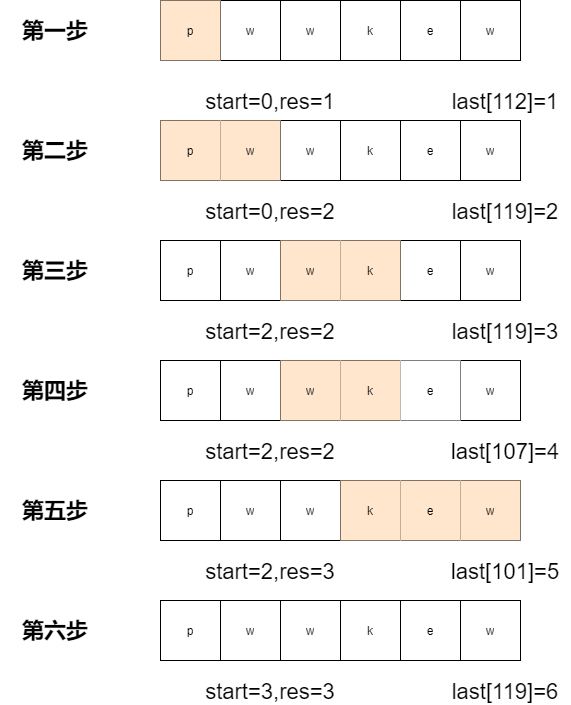
DaMingYue/Test keeps this draw.io diagram as Untitled Diagram.png. Above is the earlier version. Source tidied: cells renumbered, new cells last; positions are measured from the earlier drawing's top-left corner, leaving out a move shared by most shapes.
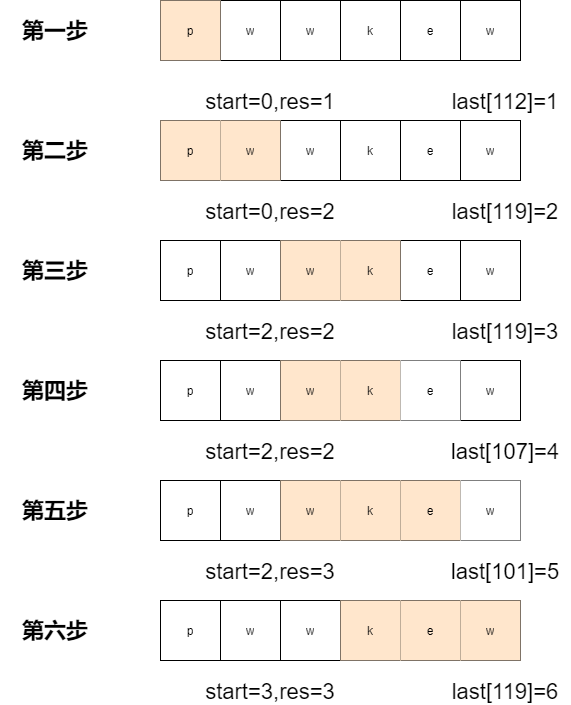
Later version of the same file.

Change to the diagram source:
```diff
@@ -110,7 +110,7 @@
     <mxCell id="37" value="w" style="shape=partialRectangle;html=1;whiteSpace=wrap;overflow=hidden;fillColor=none;top=0;left=0;bottom=0;right=0;" parent="35" vertex="1">
       <mxGeometry x="60" width="60" height="60" as="geometry" />
     </mxCell>
-    <mxCell id="38" value="w" style="shape=partialRectangle;html=1;whiteSpace=wrap;overflow=hidden;fillColor=none;top=0;left=0;bottom=0;right=0;" parent="35" vertex="1">
+    <mxCell id="38" value="w" style="shape=partialRectangle;html=1;whiteSpace=wrap;overflow=hidden;fillColor=#ffe6cc;top=0;left=0;bottom=0;right=0;strokeColor=#d79b00;" parent="35" vertex="1">
       <mxGeometry x="120" width="60" height="60" as="geometry" />
     </mxCell>
     <mxCell id="39" value="k" style="shape=partialRectangle;html=1;whiteSpace=wrap;overflow=hidden;fillColor=#ffe6cc;top=0;left=0;bottom=0;right=0;strokeColor=#d79b00;" parent="35" vertex="1">
@@ -119,7 +119,7 @@
     <mxCell id="40" value="e" style="shape=partialRectangle;html=1;whiteSpace=wrap;overflow=hidden;fillColor=#ffe6cc;top=0;left=0;bottom=0;right=0;strokeColor=#d79b00;" parent="35" vertex="1">
       <mxGeometry x="240" width="60" height="60" as="geometry" />
     </mxCell>
-    <mxCell id="41" value="w" style="shape=partialRectangle;html=1;whiteSpace=wrap;overflow=hidden;fillColor=#ffe6cc;top=0;left=0;bottom=0;right=0;strokeColor=#d79b00;" parent="35" vertex="1">
+    <mxCell id="41" value="w" style="shape=partialRectangle;html=1;whiteSpace=wrap;overflow=hidden;top=0;left=0;bottom=0;right=0;" parent="35" vertex="1">
       <mxGeometry x="300" width="60" height="60" as="geometry" />
     </mxCell>
     <mxCell id="42" style="shape=table;html=1;whiteSpace=wrap;startSize=0;" parent="1" vertex="1">
@@ -137,13 +137,13 @@
     <mxCell id="46" value="w" style="shape=partialRectangle;html=1;whiteSpace=wrap;overflow=hidden;fillColor=none;top=0;left=0;bottom=0;right=0;" parent="43" vertex="1">
       <mxGeometry x="120" width="60" height="60" as="geometry" />
     </mxCell>
-    <mxCell id="47" value="k" style="shape=partialRectangle;html=1;whiteSpace=wrap;overflow=hidden;fillColor=none;top=0;left=0;bottom=0;right=0;" parent="43" vertex="1">
+    <mxCell id="47" value="k" style="shape=partialRectangle;html=1;whiteSpace=wrap;overflow=hidden;fillColor=#ffe6cc;top=0;left=0;bottom=0;right=0;strokeColor=#d79b00;" parent="43" vertex="1">
       <mxGeometry x="180" width="60" height="60" as="geometry" />
     </mxCell>
-    <mxCell id="48" value="e" style="shape=partialRectangle;html=1;whiteSpace=wrap;overflow=hidden;fillColor=none;top=0;left=0;bottom=0;right=0;" parent="43" vertex="1">
+    <mxCell id="48" value="e" style="shape=partialRectangle;html=1;whiteSpace=wrap;overflow=hidden;fillColor=#ffe6cc;top=0;left=0;bottom=0;right=0;strokeColor=#d79b00;" parent="43" vertex="1">
       <mxGeometry x="240" width="60" height="60" as="geometry" />
     </mxCell>
-    <mxCell id="49" value="w" style="shape=partialRectangle;html=1;whiteSpace=wrap;overflow=hidden;fillColor=none;top=0;left=0;bottom=0;right=0;" parent="43" vertex="1">
+    <mxCell id="49" value="w" style="shape=partialRectangle;html=1;whiteSpace=wrap;overflow=hidden;fillColor=#ffe6cc;top=0;left=0;bottom=0;right=0;strokeColor=#d79b00;" parent="43" vertex="1">
       <mxGeometry x="300" width="60" height="60" as="geometry" />
     </mxCell>
     <mxCell id="50" value="第一步" style="text;html=1;align=center;verticalAlign=middle;whiteSpace=wrap;rounded=0;fontSize=22;fontStyle=1;" parent="1" vertex="1">
```
